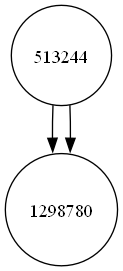
This is arbol.png from EstebanDeLaHoz0501/Laboratorio1ED2, a Graphviz export, as it was before one commit. Its source is kept beside it as arbol.dot.
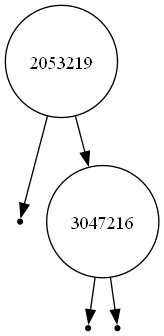
After the change.

Change to the diagram source:
```diff
@@ -1,5 +1,13 @@
 digraph AVL {
 node [shape=circle];
-513244 -> 1298780;
-513244 -> 1298780;
+rankdir=TB;
+2053219;
+nullL2053219 [shape=point];
+2053219 -> nullL2053219;
+2053219 -> 3047216;
+3047216;
+nullL3047216 [shape=point];
+3047216 -> nullL3047216;
+nullR3047216 [shape=point];
+3047216 -> nullR3047216;
 }
```
